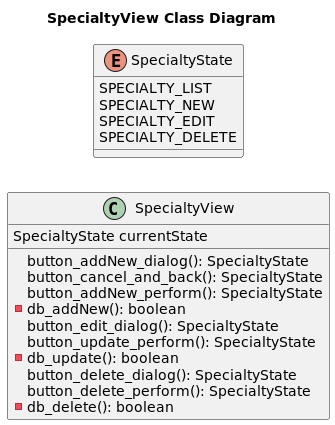
The PlantUML diagram uml/vet/implementation/View__Class-VetView_and_SpecialtyView_Class_Diagram.png in Jakarta-EE-Petclinic/petclinic-uml, before a commit.
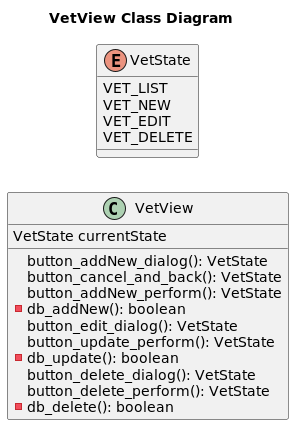
Above is the later version.

Change to the diagram source:
```diff
@@ -1,28 +1,28 @@
 @startuml
 
-title SpecialtyView Class Diagram
+title VetView Class Diagram
 
 left to right direction
 
-class SpecialtyView {
-    SpecialtyState currentState
-    button_addNew_dialog(): SpecialtyState
-    button_cancel_and_back(): SpecialtyState
-    button_addNew_perform(): SpecialtyState
+class VetView {
+    VetState currentState
+    button_addNew_dialog(): VetState
+    button_cancel_and_back(): VetState
+    button_addNew_perform(): VetState
     - db_addNew(): boolean
-    button_edit_dialog(): SpecialtyState
-    button_update_perform(): SpecialtyState
+    button_edit_dialog(): VetState
+    button_update_perform(): VetState
     - db_update(): boolean
-    button_delete_dialog(): SpecialtyState
-    button_delete_perform(): SpecialtyState
+    button_delete_dialog(): VetState
+    button_delete_perform(): VetState
     - db_delete(): boolean
 }
 
-enum SpecialtyState {
-    SPECIALTY_LIST
-    SPECIALTY_NEW
-    SPECIALTY_EDIT
-    SPECIALTY_DELETE
+enum VetState {
+    VET_LIST
+    VET_NEW
+    VET_EDIT
+    VET_DELETE
 }
 
 @enduml
```
